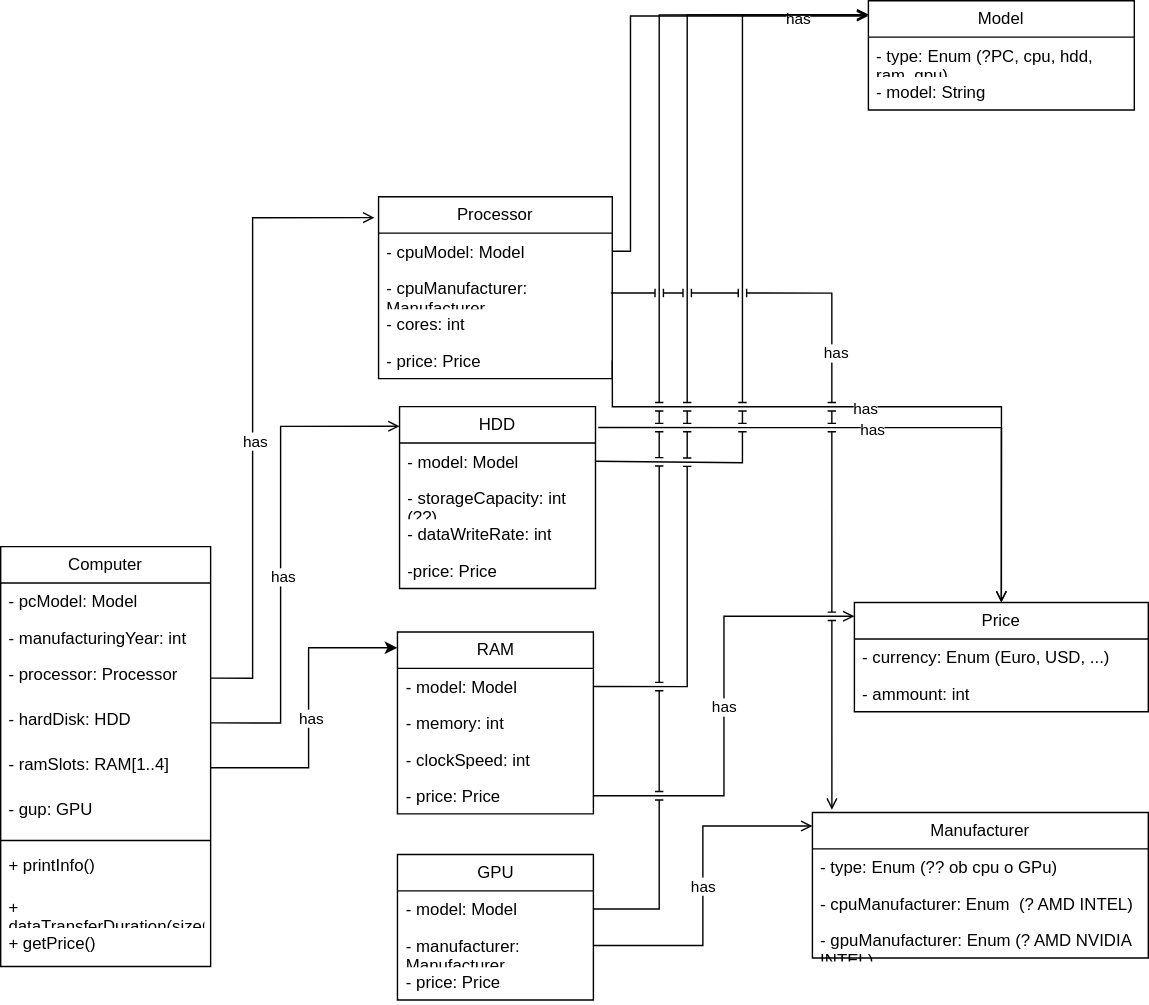
Earlier version of the draw.io export course_material/Computer-UML.drawio.svg (hornsbeef/PM_PS). Source tidied: cells renumbered, new cells last; positions are measured from the earlier drawing's top-left corner, leaving out a move shared by most shapes.
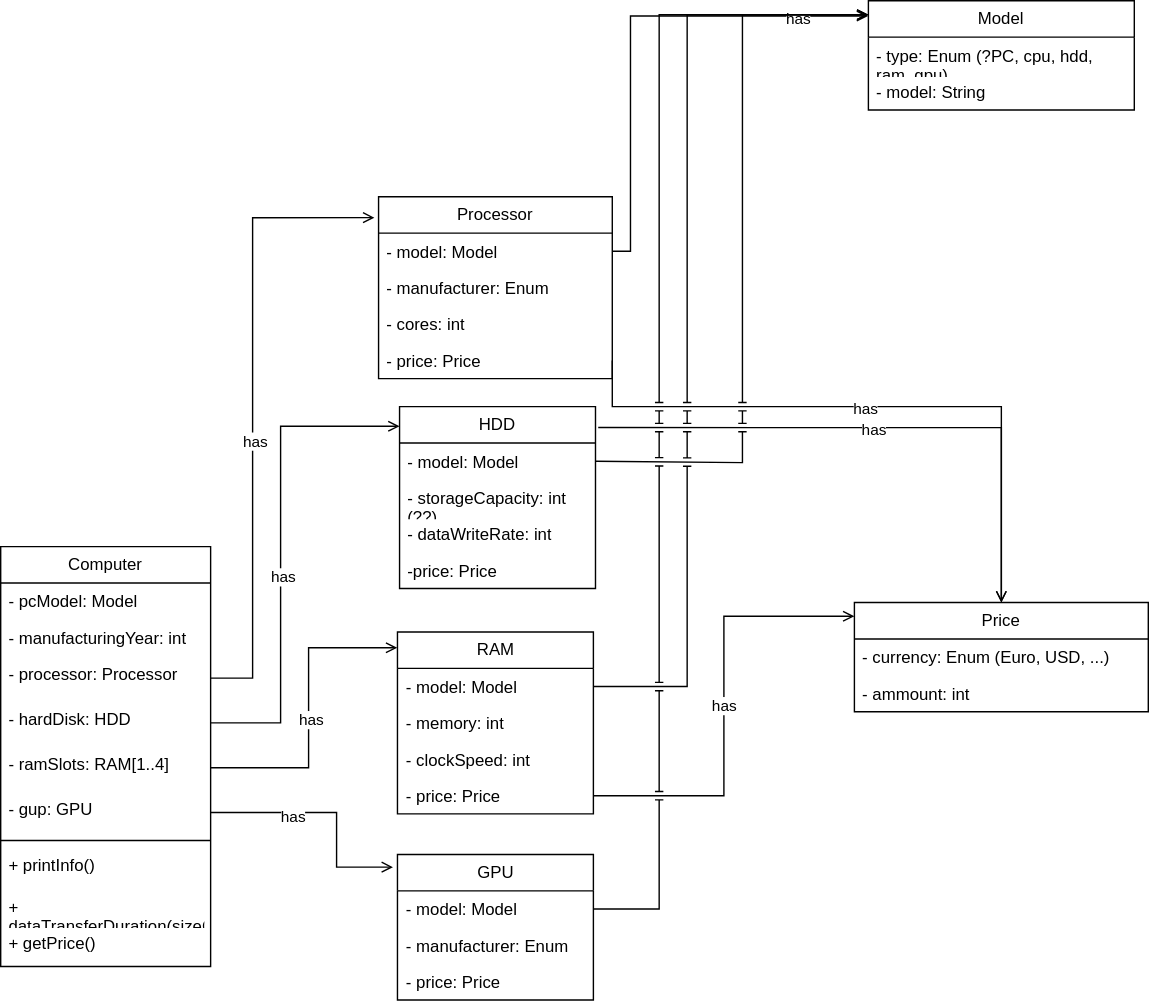
After the change.

The edit, as a diff of the source:
```diff
@@ -66,10 +66,10 @@
     <mxCell id="20" value="Processor" style="swimlane;fontStyle=0;horizontal=1;startSize=26;fillColor=none;whiteSpace=wrap;html=1;" parent="1" vertex="1">
       <mxGeometry x="270" y="140" width="167" height="130" as="geometry" />
     </mxCell>
-    <mxCell id="21" value="- cpuModel: Model" style="text;strokeColor=none;fillColor=none;align=left;verticalAlign=top;spacingLeft=4;spacingRight=4;overflow=hidden;points=[[0,0.5],[1,0.5]];portConstraint=eastwest;whiteSpace=wrap;html=1;" parent="20" vertex="1">
+    <mxCell id="21" value="- model: Model" style="text;strokeColor=none;fillColor=none;align=left;verticalAlign=top;spacingLeft=4;spacingRight=4;overflow=hidden;points=[[0,0.5],[1,0.5]];portConstraint=eastwest;whiteSpace=wrap;html=1;" parent="20" vertex="1">
       <mxGeometry y="26" width="167" height="26" as="geometry" />
     </mxCell>
-    <mxCell id="22" value="- cpuManufacturer: Manufacturer" style="text;strokeColor=none;fillColor=none;align=left;verticalAlign=top;spacingLeft=4;spacingRight=4;overflow=hidden;points=[[0,0.5],[1,0.5]];portConstraint=eastwest;whiteSpace=wrap;html=1;" parent="20" vertex="1">
+    <mxCell id="22" value="&lt;div&gt;- manufacturer: Enum&lt;/div&gt;" style="text;strokeColor=none;fillColor=none;align=left;verticalAlign=top;spacingLeft=4;spacingRight=4;overflow=hidden;points=[[0,0.5],[1,0.5]];portConstraint=eastwest;whiteSpace=wrap;html=1;" parent="20" vertex="1">
       <mxGeometry y="52" width="167" height="26" as="geometry" />
     </mxCell>
     <mxCell id="23" value="&lt;div&gt;- cores: int&lt;/div&gt;" style="text;strokeColor=none;fillColor=none;align=left;verticalAlign=top;spacingLeft=4;spacingRight=4;overflow=hidden;whiteSpace=wrap;html=1;" parent="20" vertex="1">
@@ -78,18 +78,6 @@
     <mxCell id="24" value="&lt;div&gt;- price: Price&lt;/div&gt;" style="text;strokeColor=none;fillColor=none;align=left;verticalAlign=top;spacingLeft=4;spacingRight=4;overflow=hidden;points=[[0,0.5],[1,0.5]];portConstraint=eastwest;whiteSpace=wrap;html=1;" parent="20" vertex="1">
       <mxGeometry y="104" width="167" height="26" as="geometry" />
     </mxCell>
-    <mxCell id="25" value="&lt;div&gt;Manufacturer&lt;/div&gt;" style="swimlane;fontStyle=0;horizontal=1;startSize=26;fillColor=none;whiteSpace=wrap;html=1;" parent="1" vertex="1">
-      <mxGeometry x="580" y="580" width="240" height="104" as="geometry" />
-    </mxCell>
-    <mxCell id="26" value="- type: Enum (?? ob cpu o GPu)" style="text;strokeColor=none;fillColor=none;align=left;verticalAlign=top;spacingLeft=4;spacingRight=4;overflow=hidden;whiteSpace=wrap;html=1;" parent="25" vertex="1">
-      <mxGeometry y="26" width="240" height="26" as="geometry" />
-    </mxCell>
-    <mxCell id="27" value="- cpuManufacturer: Enum&amp;nbsp; (? AMD INTEL)" style="text;strokeColor=none;fillColor=none;align=left;verticalAlign=top;spacingLeft=4;spacingRight=4;overflow=hidden;whiteSpace=wrap;html=1;" parent="25" vertex="1">
-      <mxGeometry y="52" width="240" height="26" as="geometry" />
-    </mxCell>
-    <mxCell id="28" value="&lt;div&gt;- gpuManufacturer: Enum (? AMD NVIDIA INTEL)&lt;/div&gt;&lt;div&gt;&lt;br&gt;&lt;/div&gt;" style="text;strokeColor=none;fillColor=none;align=left;verticalAlign=top;spacingLeft=4;spacingRight=4;overflow=hidden;whiteSpace=wrap;html=1;" parent="25" vertex="1">
-      <mxGeometry y="78" width="240" height="26" as="geometry" />
-    </mxCell>
     <mxCell id="29" value="Price" style="swimlane;fontStyle=0;horizontal=1;startSize=26;fillColor=none;whiteSpace=wrap;html=1;" parent="1" vertex="1">
       <mxGeometry x="610" y="430" width="210" height="78" as="geometry" />
     </mxCell>
@@ -199,13 +187,7 @@
         </Array>
       </mxGeometry>
     </mxCell>
-    <mxCell id="53" style="edgeStyle=orthogonalEdgeStyle;rounded=0;jettySize=auto;html=1;entryX=0.058;entryY=-0.019;entryDx=0;entryDy=0;entryPerimeter=0;endArrow=open;endFill=0;jumpStyle=line;exitX=0.994;exitY=0.645;exitDx=0;exitDy=0;exitPerimeter=0;" parent="1" edge="1" source="22" target="25">
-      <mxGeometry relative="1" as="geometry" />
-    </mxCell>
-    <mxCell id="54" value="has" style="edgeLabel;html=1;align=center;verticalAlign=middle;" parent="53" vertex="1">
-      <mxGeometry x="-0.24" y="2" relative="1" as="geometry" />
-    </mxCell>
-    <mxCell id="55" style="edgeStyle=orthogonalEdgeStyle;rounded=0;jettySize=auto;html=1;exitX=1;exitY=0.5;exitDx=0;exitDy=0;entryX=-0.001;entryY=0.087;entryDx=0;entryDy=0;entryPerimeter=0;" parent="1" edge="1" source="14" target="46">
+    <mxCell id="55" style="edgeStyle=orthogonalEdgeStyle;rounded=0;jettySize=auto;html=1;exitX=1;exitY=0.5;exitDx=0;exitDy=0;entryX=-0.001;entryY=0.087;entryDx=0;entryDy=0;entryPerimeter=0;endArrow=open;endFill=0;" parent="1" edge="1" source="14" target="46">
       <mxGeometry relative="1" as="geometry">
         <Array as="points">
           <mxPoint x="220" y="548" />
@@ -222,17 +204,24 @@
     <mxCell id="58" value="- model: Model" style="text;strokeColor=none;fillColor=none;align=left;verticalAlign=top;spacingLeft=4;spacingRight=4;overflow=hidden;points=[[0,0.5],[1,0.5]];portConstraint=eastwest;whiteSpace=wrap;html=1;" parent="57" vertex="1">
       <mxGeometry y="26" width="140" height="26" as="geometry" />
     </mxCell>
-    <mxCell id="59" value="- manufacturer: Manufacturer" style="text;strokeColor=none;fillColor=none;align=left;verticalAlign=top;spacingLeft=4;spacingRight=4;overflow=hidden;points=[[0,0.5],[1,0.5]];portConstraint=eastwest;whiteSpace=wrap;html=1;" parent="57" vertex="1">
+    <mxCell id="59" value="- manufacturer: Enum" style="text;strokeColor=none;fillColor=none;align=left;verticalAlign=top;spacingLeft=4;spacingRight=4;overflow=hidden;points=[[0,0.5],[1,0.5]];portConstraint=eastwest;whiteSpace=wrap;html=1;" parent="57" vertex="1">
       <mxGeometry y="52" width="140" height="26" as="geometry" />
     </mxCell>
     <mxCell id="60" value="- price: Price" style="text;strokeColor=none;fillColor=none;align=left;verticalAlign=top;spacingLeft=4;spacingRight=4;overflow=hidden;whiteSpace=wrap;html=1;" parent="57" vertex="1">
       <mxGeometry y="78" width="140" height="26" as="geometry" />
     </mxCell>
-    <mxCell id="61" style="edgeStyle=orthogonalEdgeStyle;rounded=0;jettySize=auto;html=1;exitX=1;exitY=0.5;exitDx=0;exitDy=0;entryX=0;entryY=0.093;entryDx=0;entryDy=0;entryPerimeter=0;endArrow=open;endFill=0;" parent="1" edge="1" source="59" target="25">
-      <mxGeometry relative="1" as="geometry" />
-    </mxCell>
-    <mxCell id="62" value="has" style="edgeLabel;html=1;align=center;verticalAlign=middle;" parent="61" vertex="1">
-      <mxGeometry relative="1" as="geometry" />
-    </mxCell>
+    <mxCell id="63" style="edgeStyle=orthogonalEdgeStyle;rounded=0;jettySize=auto;html=1;exitX=1;exitY=0.5;exitDx=0;exitDy=0;entryX=-0.023;entryY=0.087;entryDx=0;entryDy=0;entryPerimeter=0;endArrow=open;endFill=0;" parent="1" edge="1" source="15" target="57">
+      <mxGeometry relative="1" as="geometry">
+        <Array as="points">
+          <mxPoint x="240" y="580" />
+          <mxPoint x="240" y="619" />
+        </Array>
+      </mxGeometry>
+    </mxCell>
+    <mxCell id="64" value="has" style="edgeLabel;html=1;align=center;verticalAlign=middle;" parent="63" vertex="1">
+      <mxGeometry x="-0.3" y="-1" relative="1" as="geometry">
+        <mxPoint y="1" as="offset" />
+      </mxGeometry>
+    </mxCell>
   </root>
 </mxGraphModel>
```
